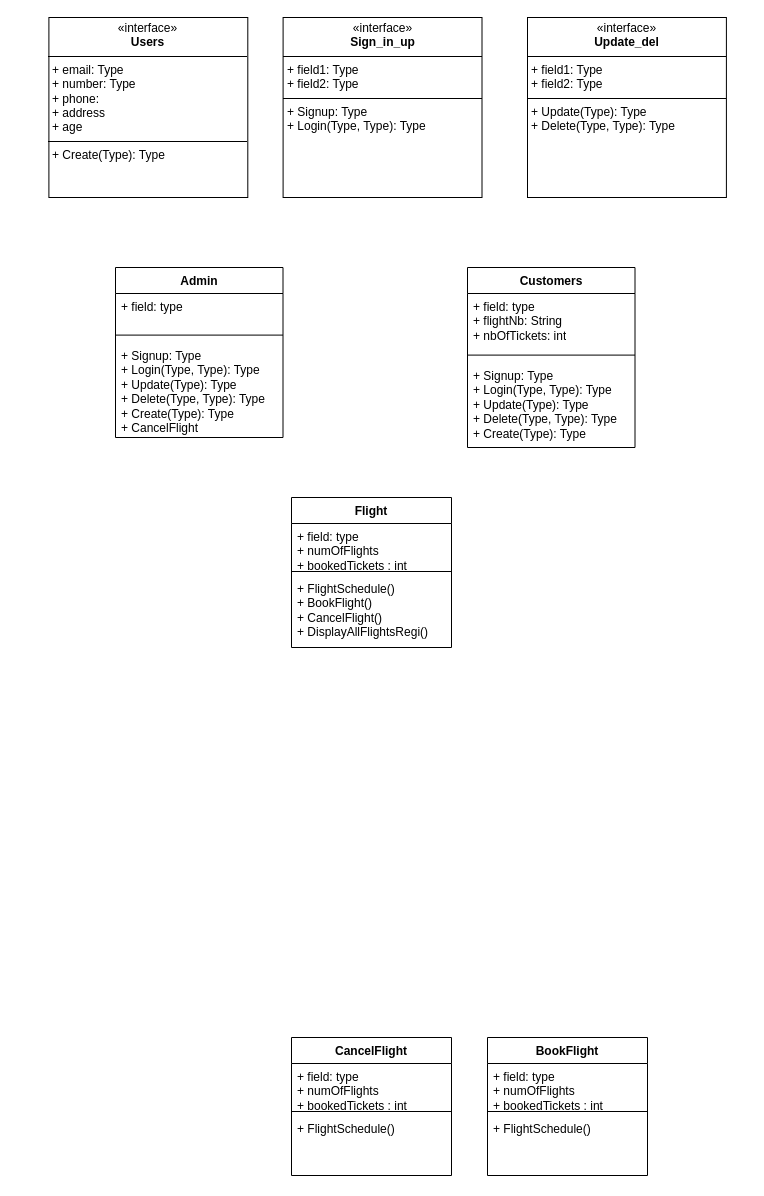
Earlier version of the draw.io diagram UML_D.drawio (Meite-Aboubacar-Sidick/JAVA_FINAL_Project). Source tidied: cells renumbered, new cells numbered last; positions are measured from the earlier drawing's top-left corner, leaving out a move shared by most shapes. Both pictures are drawn from the tidied source at 100%, with x=0, y=0 at pixel (17, 17).
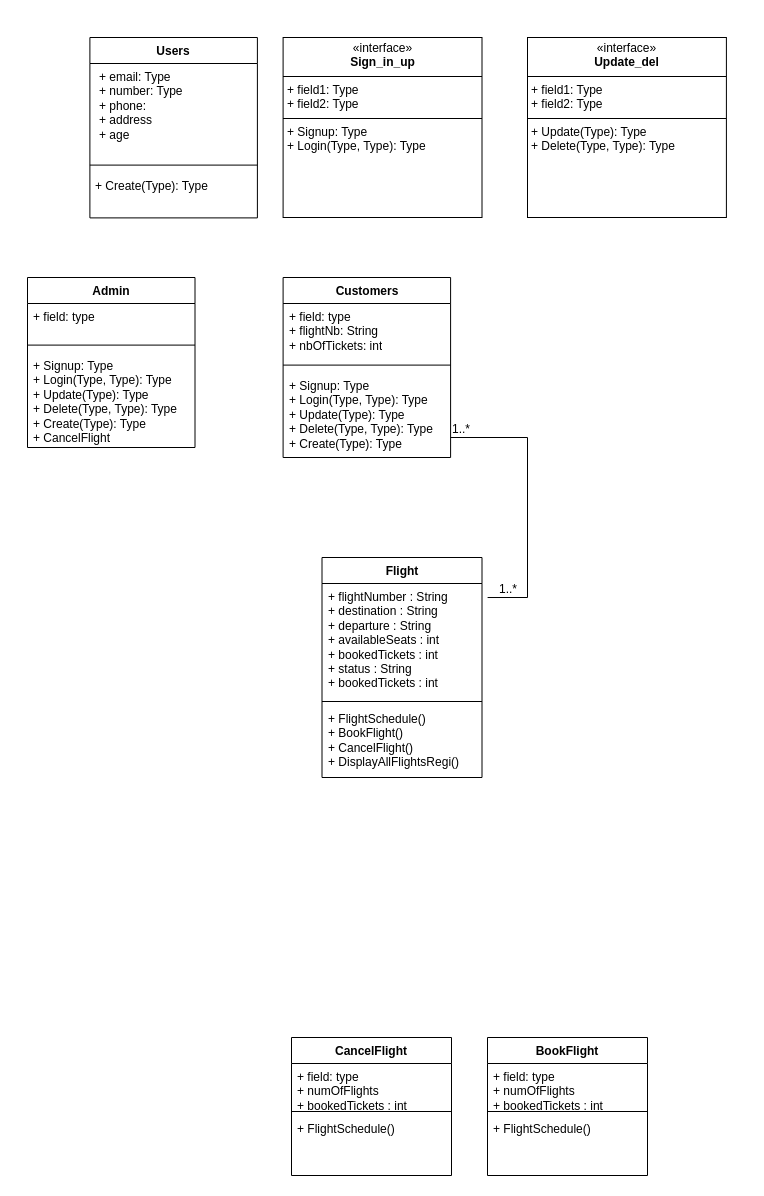
After the change.

Commit message:
Mettre à jour UML_D.drawio

The edit, as a diff of the source:
```diff
@@
     <mxCell id="2" style="group;" parent="1" vertex="1">
-      <mxGeometry width="730" height="490" as="geometry" />
+      <mxGeometry y="20" width="730" height="580" as="geometry" />
     </mxCell>
     <mxCell id="3" value="Admin" style="swimlane;fontStyle=1;align=center;verticalAlign=top;horizontal=1;startSize=26;whiteSpace=wrap;html=1;" parent="2" vertex="1">
-      <mxGeometry x="98" y="250" width="167.5" height="170" as="geometry" />
+      <mxGeometry x="10" y="240" width="167.5" height="170" as="geometry" />
     </mxCell>
@@
     <mxCell id="7" value="Customers" style="swimlane;fontStyle=1;align=center;verticalAlign=top;horizontal=1;startSize=26;whiteSpace=wrap;html=1;" parent="2" vertex="1">
-      <mxGeometry x="450" y="250" width="167.5" height="180" as="geometry" />
+      <mxGeometry x="265.6" y="240" width="167.5" height="180" as="geometry" />
     </mxCell>
@@
-    <mxCell id="11" value="&lt;p style=&quot;margin:0px;margin-top:4px;text-align:center;&quot;&gt;«&lt;font style=&quot;line-height: 13.2px;&quot;&gt;interface&lt;/font&gt;»&lt;br&gt;&lt;b&gt;Users&lt;/b&gt;&lt;/p&gt;&lt;hr size=&quot;1&quot; style=&quot;border-style:solid;&quot;&gt;&lt;p style=&quot;margin:0px;margin-left:4px;&quot;&gt;+ email: Type&lt;br&gt;+ number: Type&lt;/p&gt;&lt;p style=&quot;margin:0px;margin-left:4px;&quot;&gt;+ phone:&lt;/p&gt;&lt;p style=&quot;margin:0px;margin-left:4px;&quot;&gt;+ address&lt;/p&gt;&lt;p style=&quot;margin:0px;margin-left:4px;&quot;&gt;+ age&lt;/p&gt;&lt;hr size=&quot;1&quot; style=&quot;border-style:solid;&quot;&gt;&lt;p style=&quot;margin:0px;margin-left:4px;&quot;&gt;+ Create(Type): Type&lt;br&gt;&lt;br&gt;&lt;/p&gt;" style="verticalAlign=top;align=left;overflow=fill;html=1;whiteSpace=wrap;" parent="2" vertex="1">
-      <mxGeometry x="31.4" width="198.9" height="180" as="geometry" />
-    </mxCell>
@@
-    <mxCell id="14" value="Flight" style="swimlane;fontStyle=1;align=center;verticalAlign=top;horizontal=1;startSize=26;whiteSpace=wrap;html=1;" parent="1" vertex="1">
-      <mxGeometry x="274" y="480" width="160" height="150" as="geometry" />
+    <mxCell id="14" value="Flight" style="swimlane;fontStyle=1;align=center;verticalAlign=top;horizontal=1;startSize=26;whiteSpace=wrap;html=1;" parent="2" vertex="1">
+      <mxGeometry x="304.5" y="520" width="160" height="220" as="geometry" />
     </mxCell>
-    <mxCell id="15" value="+ field: type&lt;div&gt;+&amp;nbsp;numOfFlights&lt;/div&gt;&lt;div&gt;+ bookedTickets : int&lt;/div&gt;" style="text;strokeColor=none;fillColor=none;align=left;verticalAlign=top;spacingLeft=4;spacingRight=4;overflow=hidden;points=[[0,0.5],[1,0.5]];portConstraint=eastwest;whiteSpace=wrap;html=1;" parent="14" vertex="1">
-      <mxGeometry y="26" width="160" height="44" as="geometry" />
+    <mxCell id="15" value="&lt;div&gt;+ flightNumber : String&lt;/div&gt;&lt;div&gt;+ destination : String&lt;/div&gt;&lt;div&gt;+ departure : String&lt;/div&gt;&lt;div&gt;+ availableSeats : int&lt;/div&gt;&lt;div&gt;+ bookedTickets : int&lt;/div&gt;&lt;span style=&quot;background-color: transparent;&quot;&gt;+ status : String&lt;/span&gt;&lt;div&gt;+ bookedTickets : int&lt;/div&gt;" style="text;strokeColor=none;fillColor=none;align=left;verticalAlign=top;spacingLeft=4;spacingRight=4;overflow=hidden;points=[[0,0.5],[1,0.5]];portConstraint=eastwest;whiteSpace=wrap;html=1;" parent="14" vertex="1">
+      <mxGeometry y="26" width="160" height="114" as="geometry" />
     </mxCell>
     <mxCell id="16" style="line;strokeWidth=1;fillColor=none;align=left;verticalAlign=middle;spacingTop=-1;spacingLeft=3;spacingRight=3;labelPosition=right;strokeColor=inherit;" parent="14" vertex="1">
-      <mxGeometry y="70" width="160" height="8" as="geometry" />
+      <mxGeometry y="140" width="160" height="8" as="geometry" />
     </mxCell>
     <mxCell id="17" value="+ FlightSchedule()&lt;div&gt;+ BookFlight()&lt;/div&gt;&lt;div&gt;+ CancelFlight()&lt;/div&gt;&lt;div&gt;+ DisplayAllFlightsRegi()&lt;/div&gt;" style="text;strokeColor=none;fillColor=none;align=left;verticalAlign=top;spacingLeft=4;spacingRight=4;overflow=hidden;whiteSpace=wrap;html=1;" parent="14" vertex="1">
-      <mxGeometry y="78" width="160" height="72" as="geometry" />
+      <mxGeometry y="148" width="160" height="72" as="geometry" />
     </mxCell>
+    <mxCell id="26" value="Users" style="swimlane;fontStyle=1;align=center;verticalAlign=top;horizontal=1;startSize=26;whiteSpace=wrap;html=1;" parent="2" vertex="1">
+      <mxGeometry x="72.4" width="167.5" height="180.4" as="geometry" />
+    </mxCell>
+    <mxCell id="27" value="&lt;p style=&quot;margin: 0px 0px 0px 4px;&quot;&gt;+ email: Type&lt;br&gt;+ number: Type&lt;/p&gt;&lt;p style=&quot;margin: 0px 0px 0px 4px;&quot;&gt;+ phone:&lt;/p&gt;&lt;p style=&quot;margin: 0px 0px 0px 4px;&quot;&gt;+ address&lt;/p&gt;&lt;p style=&quot;margin: 0px 0px 0px 4px;&quot;&gt;+ age&lt;/p&gt;" style="text;strokeColor=none;fillColor=none;align=left;verticalAlign=top;spacingLeft=4;spacingRight=4;overflow=hidden;whiteSpace=wrap;html=1;" parent="26" vertex="1">
+      <mxGeometry y="26" width="167.5" height="94" as="geometry" />
+    </mxCell>
+    <mxCell id="28" style="line;strokeWidth=1;fillColor=none;align=left;verticalAlign=middle;spacingTop=-1;spacingLeft=3;spacingRight=3;labelPosition=right;strokeColor=inherit;" parent="26" vertex="1">
+      <mxGeometry y="120" width="167.5" height="15.2" as="geometry" />
+    </mxCell>
+    <mxCell id="29" value="+ Create(Type): Type" style="text;strokeColor=none;fillColor=none;align=left;verticalAlign=top;spacingLeft=4;spacingRight=4;overflow=hidden;whiteSpace=wrap;html=1;" parent="26" vertex="1">
+      <mxGeometry y="135.2" width="167.5" height="45.2" as="geometry" />
+    </mxCell>
+    <mxCell id="30" style="endArrow=none;html=1;edgeStyle=orthogonalEdgeStyle;rounded=0;sourcePerimeterSpacing=3;entryX=1.035;entryY=0.123;entryDx=0;entryDy=0;entryPerimeter=0;" parent="2" edge="1" target="15">
+      <mxGeometry relative="1" as="geometry">
+        <mxPoint x="433.1" y="400" as="sourcePoint" />
+        <Array as="points">
+          <mxPoint x="510" y="400" />
+          <mxPoint x="510" y="560" />
+        </Array>
+      </mxGeometry>
+    </mxCell>
+    <mxCell id="31" value="1..*" style="edgeLabel;html=1;align=left;verticalAlign=bottom;fontSize=12;" parent="30" vertex="1">
+      <mxGeometry x="-1" relative="1" as="geometry" />
+    </mxCell>
+    <mxCell id="32" value="1..*" style="edgeLabel;html=1;align=right;verticalAlign=bottom;fontSize=12;" parent="30" vertex="1">
+      <mxGeometry x="1" relative="1" as="geometry">
+        <mxPoint x="30" as="offset" />
+      </mxGeometry>
+    </mxCell>
```
